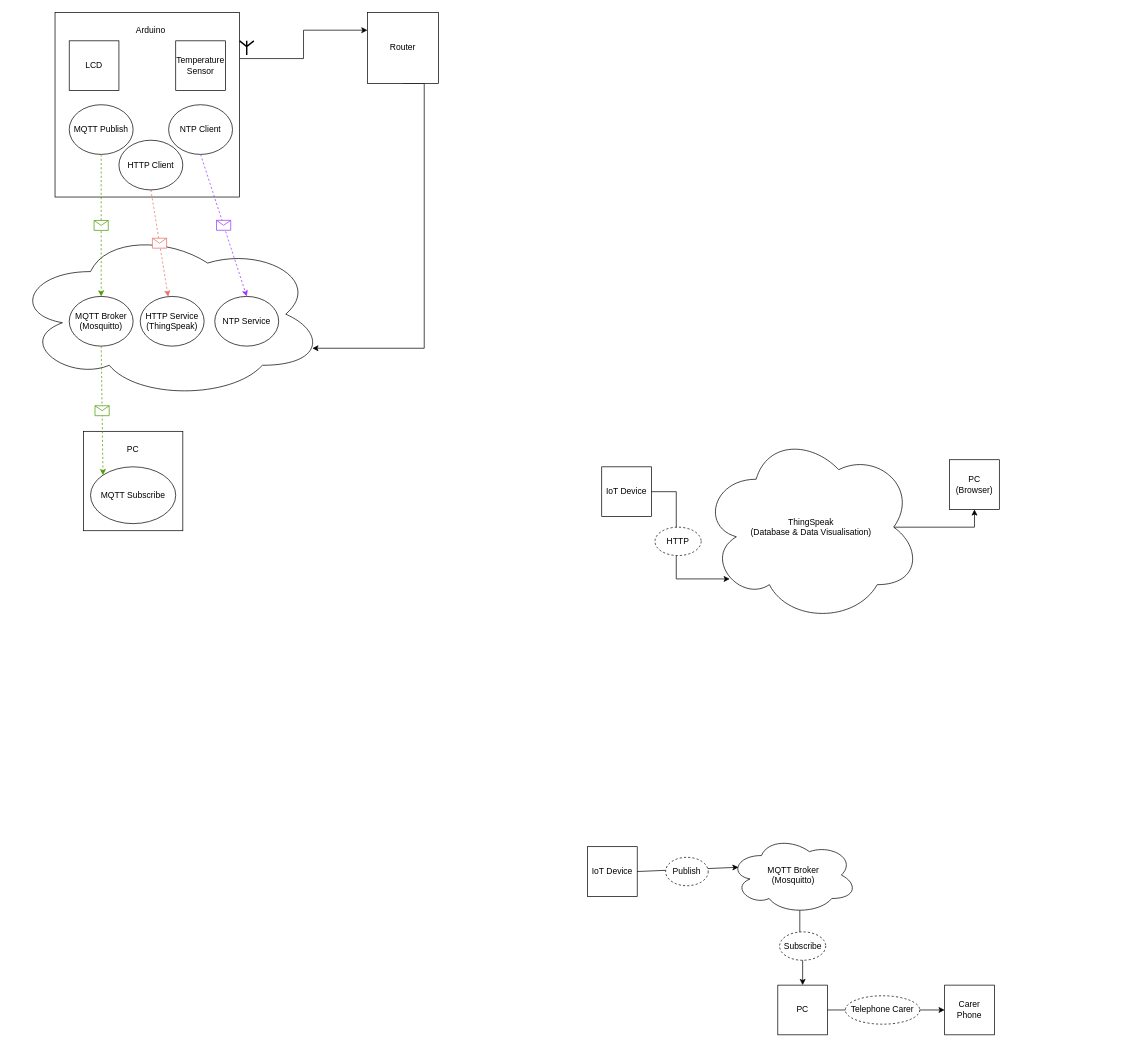
This is arduino/docs/IoT Arduino Diagrams.drawio from JessicaMu/IoT_temperature_checker, a draw.io file, before an edit. Source tidied: cells renumbered, new cells numbered last; positions are measured from the earlier drawing's top-left corner, leaving out a move shared by most shapes. Both pictures are drawn from the tidied source at 71%, with x=0, y=0 at pixel (12, 12).
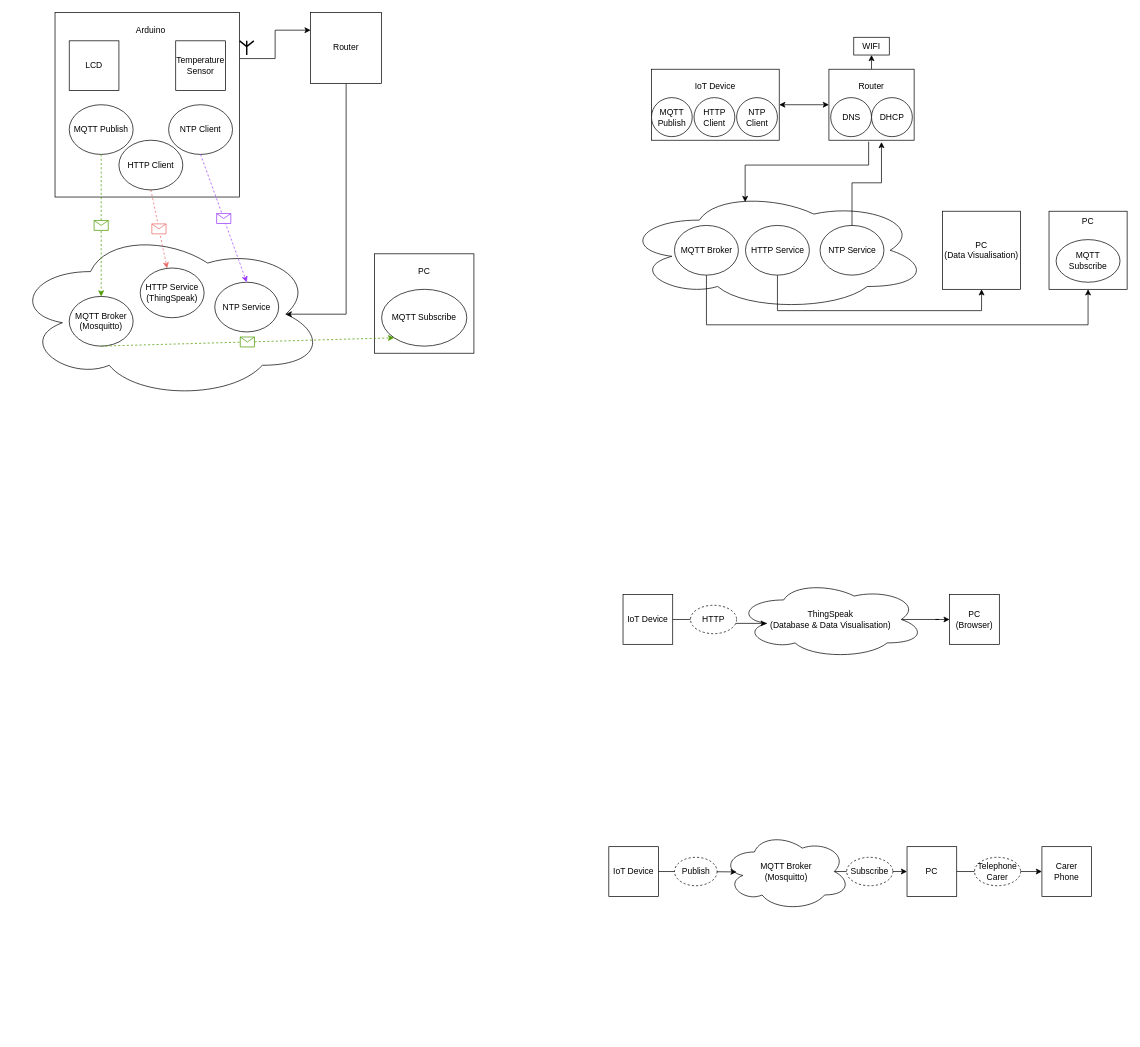
Above is the later version.

Commit message (it also covers changes not shown here):
update: document and diagram

The change refers to these unchanged cells:
```xml
<mxCell id="3" style="ellipse;shape=cloud;whiteSpace=wrap;html=1;" parent="1" vertex="1">
  <mxGeometry y="305" width="440" height="240" as="geometry" />
</mxCell>
<mxCell id="32" value="MQTT Broker&lt;br style=&quot;border-color: var(--border-color);&quot;&gt;(Mosquitto)" style="ellipse;whiteSpace=wrap;html=1;" parent="1" vertex="1">
  <mxGeometry x="80" y="400" width="90" height="70" as="geometry" />
</mxCell>
```

Change to the diagram source:
```diff
@@
+    <mxCell id="44" style="rounded=0;whiteSpace=wrap;html=1;" parent="1" vertex="1">
+      <mxGeometry x="900" y="80" width="180" height="100" as="geometry" />
+    </mxCell>
+    <mxCell id="45" style="ellipse;shape=cloud;whiteSpace=wrap;html=1;" parent="1" vertex="1">
+      <mxGeometry x="860" y="250" width="430" height="170" as="geometry" />
+    </mxCell>
     <mxCell id="2" style="whiteSpace=wrap;html=1;" parent="1" vertex="1">
-      <mxGeometry x="100" y="590" width="140" height="140" as="geometry" />
+      <mxGeometry x="510" y="340" width="140" height="140" as="geometry" />
     </mxCell>
@@
-    <mxCell id="6" style="edgeStyle=orthogonalEdgeStyle;rounded=0;jettySize=auto;html=1;entryX=0.96;entryY=0.7;entryDx=0;entryDy=0;entryPerimeter=0;exitX=0.5;exitY=1;exitDx=0;exitDy=0;" parent="1" edge="1" source="7" target="3">
+    <mxCell id="6" style="edgeStyle=orthogonalEdgeStyle;rounded=0;jettySize=auto;html=1;exitX=0.5;exitY=1;exitDx=0;exitDy=0;entryX=0.875;entryY=0.5;entryDx=0;entryDy=0;entryPerimeter=0;" parent="1" edge="1" source="7" target="3">
       <mxGeometry relative="1" as="geometry">
         <Array as="points">
-          <mxPoint x="580" y="100" />
-          <mxPoint x="580" y="473" />
+          <mxPoint x="470" y="425" />
         </Array>
       </mxGeometry>
     </mxCell>
     <mxCell id="7" value="Router" style="whiteSpace=wrap;html=1;" parent="1" vertex="1">
-      <mxGeometry x="500" width="100" height="100" as="geometry" />
+      <mxGeometry x="420" width="100" height="100" as="geometry" />
     </mxCell>
     <mxCell id="8" value="MQTT Subscribe" style="ellipse;whiteSpace=wrap;html=1;" parent="1" vertex="1">
-      <mxGeometry x="110" y="640" width="120" height="80" as="geometry" />
+      <mxGeometry x="520" y="390" width="120" height="80" as="geometry" />
     </mxCell>
     <mxCell id="9" value="PC" style="text;html=1;strokeColor=none;fillColor=none;align=center;verticalAlign=middle;whiteSpace=wrap;rounded=0;" parent="1" vertex="1">
-      <mxGeometry x="140" y="600" width="60" height="30" as="geometry" />
+      <mxGeometry x="550" y="350" width="60" height="30" as="geometry" />
     </mxCell>
@@
     <mxCell id="16" value="IoT Device" style="whiteSpace=wrap;html=1;" parent="1" vertex="1">
-      <mxGeometry x="810" y="1175" width="70" height="70" as="geometry" />
+      <mxGeometry x="840" y="1175" width="70" height="70" as="geometry" />
     </mxCell>
     <mxCell id="17" value="PC" style="whiteSpace=wrap;html=1;" parent="1" vertex="1">
-      <mxGeometry x="1078" y="1370" width="70" height="70" as="geometry" />
+      <mxGeometry x="1260" y="1175" width="70" height="70" as="geometry" />
     </mxCell>
-    <mxCell id="18" style="edgeStyle=orthogonalEdgeStyle;rounded=0;jettySize=auto;html=1;exitX=0.55;exitY=0.95;exitDx=0;exitDy=0;exitPerimeter=0;" parent="1" edge="1" source="19" target="17">
+    <mxCell id="18" style="edgeStyle=orthogonalEdgeStyle;rounded=0;jettySize=auto;html=1;exitX=0.875;exitY=0.5;exitDx=0;exitDy=0;exitPerimeter=0;entryX=0;entryY=0.5;entryDx=0;entryDy=0;" parent="1" edge="1" source="19" target="17">
       <mxGeometry relative="1" as="geometry" />
     </mxCell>
     <mxCell id="19" value="MQTT Broker&lt;br&gt;(Mosquitto)" style="ellipse;shape=cloud;whiteSpace=wrap;html=1;" parent="1" vertex="1">
-      <mxGeometry x="1010" y="1160" width="180" height="110" as="geometry" />
+      <mxGeometry x="1000" y="1155" width="180" height="110" as="geometry" />
     </mxCell>
-    <mxCell id="20" style="endArrow=classic;html=1;rounded=0;exitX=1;exitY=0.5;exitDx=0;exitDy=0;entryX=0.07;entryY=0.4;entryDx=0;entryDy=0;entryPerimeter=0;" parent="1" edge="1" source="16" target="19">
-      <mxGeometry relative="1" as="geometry" />
-    </mxCell>
-    <mxCell id="21" value="Publish" style="ellipse;whiteSpace=wrap;html=1;dashed=1;" parent="1" vertex="1">
-      <mxGeometry x="920" y="1190" width="60" height="40" as="geometry" />
-    </mxCell>
     <mxCell id="22" value="Subscribe" style="ellipse;whiteSpace=wrap;html=1;dashed=1;" parent="1" vertex="1">
-      <mxGeometry x="1080.5" y="1295" width="65" height="40" as="geometry" />
+      <mxGeometry x="1175" y="1190" width="65" height="40" as="geometry" />
     </mxCell>
     <mxCell id="23" value="Carer Phone" style="whiteSpace=wrap;html=1;" parent="1" vertex="1">
-      <mxGeometry x="1313" y="1370" width="70" height="70" as="geometry" />
+      <mxGeometry x="1450" y="1175" width="70" height="70" as="geometry" />
     </mxCell>
@@
     <mxCell id="25" value="Telephone Carer" style="ellipse;whiteSpace=wrap;html=1;dashed=1;" parent="1" vertex="1">
-      <mxGeometry x="1173" y="1385" width="105" height="40" as="geometry" />
+      <mxGeometry x="1355" y="1190" width="65" height="40" as="geometry" />
     </mxCell>
     <mxCell id="26" value="IoT Device" style="whiteSpace=wrap;html=1;" parent="1" vertex="1">
-      <mxGeometry x="830" y="640" width="70" height="70" as="geometry" />
+      <mxGeometry x="860" y="820" width="70" height="70" as="geometry" />
     </mxCell>
-    <mxCell id="27" style="edgeStyle=orthogonalEdgeStyle;rounded=0;jettySize=auto;html=1;exitX=0.875;exitY=0.5;exitDx=0;exitDy=0;exitPerimeter=0;entryX=0.5;entryY=1;entryDx=0;entryDy=0;" parent="1" edge="1" source="28" target="43">
+    <mxCell id="27" style="edgeStyle=orthogonalEdgeStyle;rounded=0;jettySize=auto;html=1;exitX=0.875;exitY=0.5;exitDx=0;exitDy=0;exitPerimeter=0;entryX=0;entryY=0.5;entryDx=0;entryDy=0;" parent="1" edge="1" source="28" target="43">
       <mxGeometry relative="1" as="geometry" />
     </mxCell>
     <mxCell id="28" value="ThingSpeak&lt;br&gt;(Database &amp;amp; Data Visualisation)" style="ellipse;shape=cloud;whiteSpace=wrap;html=1;" parent="1" vertex="1">
-      <mxGeometry x="970" y="590" width="310" height="270" as="geometry" />
+      <mxGeometry x="1020" y="800" width="265" height="110" as="geometry" />
     </mxCell>
-    <mxCell id="29" style="edgeStyle=orthogonalEdgeStyle;rounded=0;jettySize=auto;html=1;entryX=0.13;entryY=0.77;entryDx=0;entryDy=0;entryPerimeter=0;" parent="1" edge="1" source="26" target="28">
-      <mxGeometry relative="1" as="geometry" />
-    </mxCell>
-    <mxCell id="30" value="HTTP" style="ellipse;whiteSpace=wrap;html=1;dashed=1;" parent="1" vertex="1">
-      <mxGeometry x="905" y="725" width="65" height="40" as="geometry" />
-    </mxCell>
@@
     <mxCell id="33" value="HTTP Service&lt;br style=&quot;border-color: var(--border-color);&quot;&gt;(ThingSpeak)" style="ellipse;whiteSpace=wrap;html=1;" parent="1" vertex="1">
-      <mxGeometry x="180" y="400" width="90" height="70" as="geometry" />
+      <mxGeometry x="180" y="360" width="90" height="70" as="geometry" />
     </mxCell>
     <mxCell id="34" value="NTP Service" style="ellipse;whiteSpace=wrap;html=1;" parent="1" vertex="1">
-      <mxGeometry x="285" y="400" width="90" height="70" as="geometry" />
+      <mxGeometry x="285" y="380" width="90" height="70" as="geometry" />
     </mxCell>
@@
-    <mxCell id="41" style="endArrow=classic;html=1;rounded=0;exitX=0.5;exitY=1;exitDx=0;exitDy=0;dashed=1;strokeColor=#4D9900;entryX=0;entryY=0;entryDx=0;entryDy=0;" parent="1" edge="1" source="32" target="8">
+    <mxCell id="41" style="endArrow=classic;html=1;rounded=0;exitX=0.5;exitY=1;exitDx=0;exitDy=0;dashed=1;strokeColor=#4D9900;entryX=0;entryY=1;entryDx=0;entryDy=0;" parent="1" edge="1" source="32" target="8">
       <mxGeometry relative="1" as="geometry" />
     </mxCell>
@@
     <mxCell id="43" value="PC&lt;br&gt;(Browser)" style="whiteSpace=wrap;html=1;" parent="1" vertex="1">
-      <mxGeometry x="1320" y="630" width="70" height="70" as="geometry" />
+      <mxGeometry x="1320" y="820" width="70" height="70" as="geometry" />
     </mxCell>
+    <mxCell id="46" style="whiteSpace=wrap;html=1;" parent="1" vertex="1">
+      <mxGeometry x="1460" y="280" width="110" height="110" as="geometry" />
+    </mxCell>
+    <mxCell id="47" value="MQTT Subscribe" style="ellipse;whiteSpace=wrap;html=1;" parent="1" vertex="1">
+      <mxGeometry x="1470" y="320" width="90" height="60" as="geometry" />
+    </mxCell>
+    <mxCell id="48" value="PC" style="text;html=1;strokeColor=none;fillColor=none;align=center;verticalAlign=middle;whiteSpace=wrap;rounded=0;" parent="1" vertex="1">
+      <mxGeometry x="1485" y="280" width="60" height="30" as="geometry" />
+    </mxCell>
+    <mxCell id="49" style="edgeStyle=orthogonalEdgeStyle;rounded=0;jettySize=auto;html=1;exitX=0.5;exitY=1;exitDx=0;exitDy=0;entryX=0.5;entryY=1;entryDx=0;entryDy=0;" parent="1" edge="1" source="50" target="46">
+      <mxGeometry relative="1" as="geometry">
+        <Array as="points">
+          <mxPoint x="977" y="440" />
+          <mxPoint x="1515" y="440" />
+        </Array>
+      </mxGeometry>
+    </mxCell>
+    <mxCell id="50" value="MQTT Broker" style="ellipse;whiteSpace=wrap;html=1;" parent="1" vertex="1">
+      <mxGeometry x="932.5" y="300" width="90" height="70" as="geometry" />
+    </mxCell>
+    <mxCell id="51" style="edgeStyle=orthogonalEdgeStyle;rounded=0;jettySize=auto;html=1;exitX=0.5;exitY=1;exitDx=0;exitDy=0;entryX=0.5;entryY=1;entryDx=0;entryDy=0;" parent="1" edge="1" source="52" target="55">
+      <mxGeometry relative="1" as="geometry">
+        <Array as="points">
+          <mxPoint x="1077" y="420" />
+          <mxPoint x="1365" y="420" />
+        </Array>
+      </mxGeometry>
+    </mxCell>
+    <mxCell id="52" value="HTTP Service" style="ellipse;whiteSpace=wrap;html=1;" parent="1" vertex="1">
+      <mxGeometry x="1032.5" y="300" width="90" height="70" as="geometry" />
+    </mxCell>
+    <mxCell id="53" style="edgeStyle=orthogonalEdgeStyle;rounded=0;jettySize=auto;html=1;exitX=0.5;exitY=0;exitDx=0;exitDy=0;entryX=0.617;entryY=1.026;entryDx=0;entryDy=0;entryPerimeter=0;" parent="1" edge="1" source="54" target="61">
+      <mxGeometry relative="1" as="geometry" />
+    </mxCell>
+    <mxCell id="54" value="NTP Service" style="ellipse;whiteSpace=wrap;html=1;" parent="1" vertex="1">
+      <mxGeometry x="1137.5" y="300" width="90" height="70" as="geometry" />
+    </mxCell>
+    <mxCell id="55" value="PC&lt;br&gt;(Data Visualisation)" style="whiteSpace=wrap;html=1;" parent="1" vertex="1">
+      <mxGeometry x="1310" y="280" width="110" height="110" as="geometry" />
+    </mxCell>
+    <mxCell id="56" value="MQTT Publish" style="ellipse;whiteSpace=wrap;html=1;" parent="1" vertex="1">
+      <mxGeometry x="900" y="120" width="57.5" height="55" as="geometry" />
+    </mxCell>
+    <mxCell id="57" value="NTP Client" style="ellipse;whiteSpace=wrap;html=1;" parent="1" vertex="1">
+      <mxGeometry x="1020" y="120" width="57.5" height="55" as="geometry" />
+    </mxCell>
+    <mxCell id="58" value="HTTP Client" style="ellipse;whiteSpace=wrap;html=1;" parent="1" vertex="1">
+      <mxGeometry x="960" y="120" width="57.5" height="55" as="geometry" />
+    </mxCell>
+    <mxCell id="59" value="IoT Device" style="text;html=1;strokeColor=none;fillColor=none;align=center;verticalAlign=middle;whiteSpace=wrap;rounded=0;" parent="1" vertex="1">
+      <mxGeometry x="960" y="90" width="60" height="30" as="geometry" />
+    </mxCell>
+    <mxCell id="60" style="edgeStyle=orthogonalEdgeStyle;rounded=0;jettySize=auto;html=1;exitX=0.5;exitY=0;exitDx=0;exitDy=0;entryX=0.5;entryY=1;entryDx=0;entryDy=0;" parent="1" edge="1" source="61" target="66">
+      <mxGeometry relative="1" as="geometry" />
+    </mxCell>
+    <mxCell id="61" style="rounded=0;whiteSpace=wrap;html=1;" parent="1" vertex="1">
+      <mxGeometry x="1150" y="80" width="120" height="100" as="geometry" />
+    </mxCell>
+    <mxCell id="62" value="DNS" style="ellipse;whiteSpace=wrap;html=1;" parent="1" vertex="1">
+      <mxGeometry x="1152.5" y="120" width="57.5" height="55" as="geometry" />
+    </mxCell>
+    <mxCell id="63" value="DHCP" style="ellipse;whiteSpace=wrap;html=1;" parent="1" vertex="1">
+      <mxGeometry x="1210" y="120" width="57.5" height="55" as="geometry" />
+    </mxCell>
+    <mxCell id="64" value="Router" style="text;html=1;strokeColor=none;fillColor=none;align=center;verticalAlign=middle;whiteSpace=wrap;rounded=0;" parent="1" vertex="1">
+      <mxGeometry x="1180" y="90" width="60" height="30" as="geometry" />
+    </mxCell>
+    <mxCell id="65" style="edgeStyle=orthogonalEdgeStyle;rounded=0;jettySize=auto;html=1;exitX=0.466;exitY=1.02;exitDx=0;exitDy=0;entryX=0.4;entryY=0.1;entryDx=0;entryDy=0;entryPerimeter=0;exitPerimeter=0;" parent="1" edge="1" source="61" target="45">
+      <mxGeometry relative="1" as="geometry" />
+    </mxCell>
+    <mxCell id="66" value="WIFI" style="rounded=0;whiteSpace=wrap;html=1;" parent="1" vertex="1">
+      <mxGeometry x="1185" y="35" width="50" height="25" as="geometry" />
+    </mxCell>
+    <mxCell id="67" style="endArrow=classic;startArrow=classic;html=1;rounded=0;entryX=0;entryY=0.5;entryDx=0;entryDy=0;exitX=1;exitY=0.5;exitDx=0;exitDy=0;" parent="1" edge="1" source="44" target="61">
+      <mxGeometry relative="1" as="geometry" />
+    </mxCell>
+    <mxCell id="20" style="edgeStyle=orthogonalEdgeStyle;rounded=0;jettySize=auto;html=1;exitX=1;exitY=0.5;exitDx=0;exitDy=0;entryX=0.111;entryY=0.505;entryDx=0;entryDy=0;entryPerimeter=0;" parent="1" edge="1" source="16" target="19">
+      <mxGeometry relative="1" as="geometry" />
+    </mxCell>
+    <mxCell id="21" value="Publish" style="ellipse;whiteSpace=wrap;html=1;dashed=1;" parent="1" vertex="1">
+      <mxGeometry x="932.5" y="1190" width="60" height="40" as="geometry" />
+    </mxCell>
+    <mxCell id="29" style="edgeStyle=orthogonalEdgeStyle;rounded=0;jettySize=auto;html=1;exitX=1;exitY=0.5;exitDx=0;exitDy=0;entryX=0.16;entryY=0.55;entryDx=0;entryDy=0;entryPerimeter=0;" parent="1" edge="1" source="26" target="28">
+      <mxGeometry relative="1" as="geometry" />
+    </mxCell>
+    <mxCell id="30" value="HTTP" style="ellipse;whiteSpace=wrap;html=1;dashed=1;" parent="1" vertex="1">
+      <mxGeometry x="955" y="835" width="65" height="40" as="geometry" />
+    </mxCell>
```
